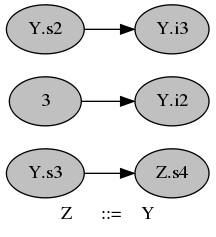
This is src/out_graph/dp_graph_5.dot.png from gerakilmurray/genevalmag, a Graphviz export, as it was before one commit. Its source is kept beside it as src/out_graph/dp_graph_5.dot.
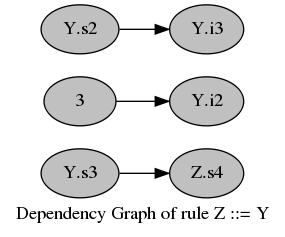
After the change.

The edit, as a diff of the source:
```diff
@@ -1,6 +1,6 @@
 digraph G {
 graph [
-label="Z	::=	Y", rankdir="LR", ratio="compress"];
+label="Dependency Graph of rule Z ::= Y", rankdir="LR", ratio="compress"];
 node [
 color="black", fillcolor="gray", shape="ellipse", style="filled"];
 0[label="Z.s4"];
```
